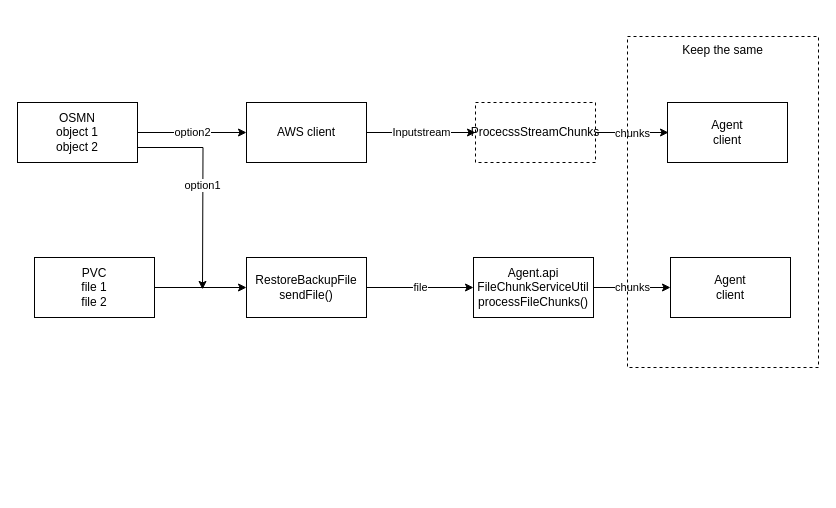
Before: retrive backup demo.drawio in Albert-W/Draw_io, a draw.io diagram. Source tidied: cells renumbered, new cells numbered last; positions are measured from the earlier drawing's top-left corner, leaving out a move shared by most shapes. Both pictures are drawn from the tidied source at 100%, with x=0, y=0 at pixel (17, 36).
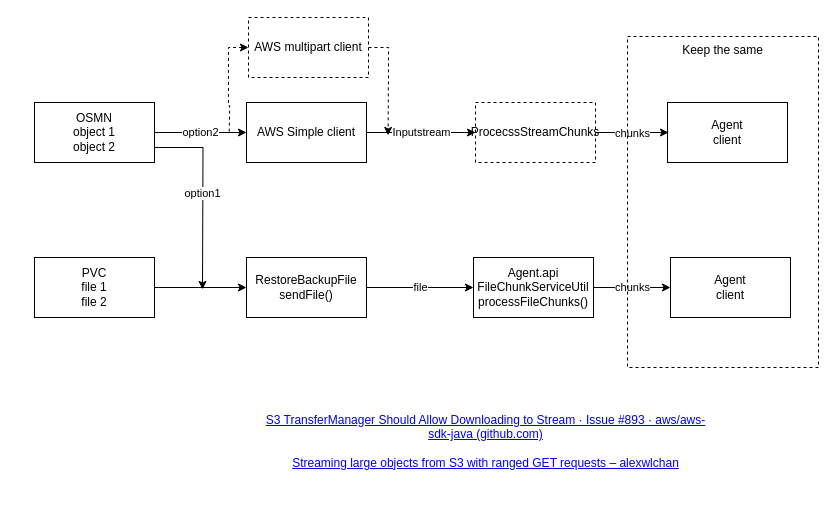
The same diagram, later.

The edit, as a diff of the source:
```diff
@@
     <mxCell id="4" value="OSMN&lt;br&gt;object 1&lt;br&gt;object 2" style="rounded=0;whiteSpace=wrap;html=1;" parent="1" vertex="1">
-      <mxGeometry y="66" width="120" height="60" as="geometry" />
+      <mxGeometry x="17" y="66" width="120" height="60" as="geometry" />
     </mxCell>
@@
-    <mxCell id="13" value="AWS client" style="rounded=0;whiteSpace=wrap;html=1;" parent="1" vertex="1">
+    <mxCell id="13" value="AWS Simple client" style="rounded=0;whiteSpace=wrap;html=1;" parent="1" vertex="1">
       <mxGeometry x="229" y="66" width="120" height="60" as="geometry" />
     </mxCell>
@@
+    <mxCell id="18" style="edgeStyle=orthogonalEdgeStyle;rounded=0;jettySize=auto;html=1;exitX=1;exitY=0.5;exitDx=0;exitDy=0;dashed=1;" parent="1" edge="1" source="20">
+      <mxGeometry relative="1" as="geometry">
+        <mxPoint x="370.6" y="98.9" as="targetPoint" />
+      </mxGeometry>
+    </mxCell>
+    <mxCell id="19" style="edgeStyle=orthogonalEdgeStyle;rounded=0;jettySize=auto;html=1;exitX=0;exitY=0.5;exitDx=0;exitDy=0;startArrow=classic;startFill=1;endArrow=none;endFill=0;dashed=1;" parent="1" edge="1" source="20">
+      <mxGeometry relative="1" as="geometry">
+        <mxPoint x="211.7" y="97.2" as="targetPoint" />
+      </mxGeometry>
+    </mxCell>
+    <mxCell id="20" value="AWS multipart client" style="rounded=0;whiteSpace=wrap;html=1;dashed=1;fillColor=none;" parent="1" vertex="1">
+      <mxGeometry x="231" y="-19" width="120" height="60" as="geometry" />
+    </mxCell>
+    <mxCell id="21" value="&lt;a href=&quot;https://github.com/aws/aws-sdk-java/issues/893&quot;&gt;S3 TransferManager Should Allow Downloading to Stream · Issue #893 · aws/aws-sdk-java (github.com)&lt;/a&gt;&lt;br&gt;&lt;br&gt;&lt;a href=&quot;https://alexwlchan.net/2019/09/streaming-large-s3-objects/&quot;&gt;Streaming large objects from S3 with ranged GET requests – alexwlchan&lt;/a&gt;" style="text;html=1;strokeColor=none;fillColor=none;align=center;verticalAlign=middle;whiteSpace=wrap;rounded=0;dashed=1;" parent="1" vertex="1">
+      <mxGeometry x="246" y="355" width="445" height="99" as="geometry" />
+    </mxCell>
```
